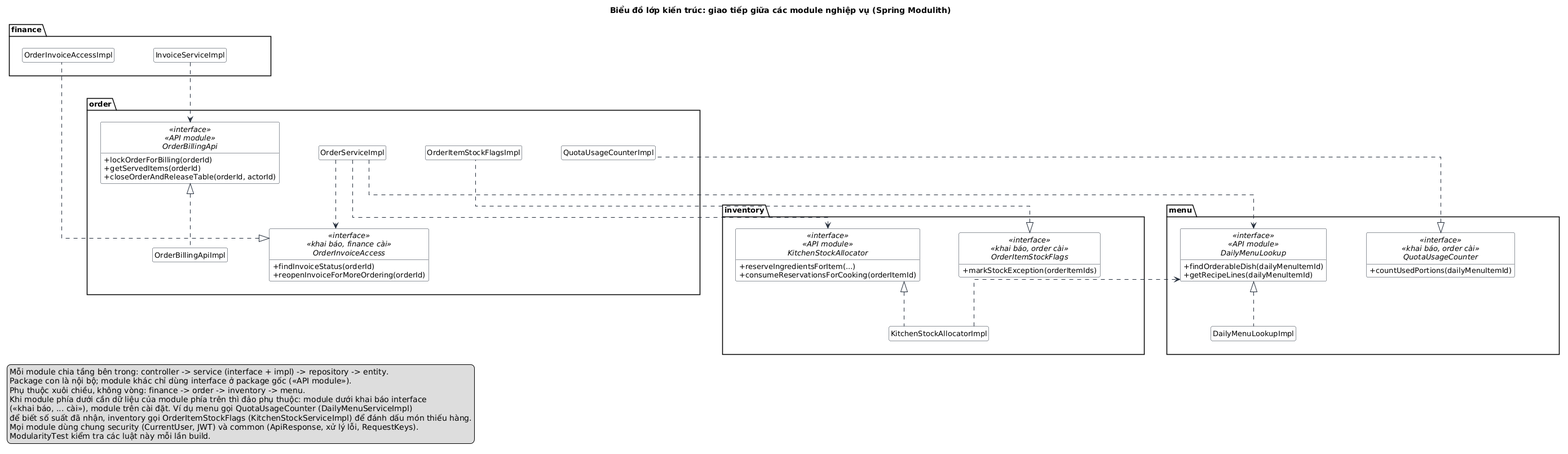
Before: docs/bao-cao-ltnc/uml/class-kien-truc.png, a diagram exported from PlantUML (Anpham120/restaurant-management-system).
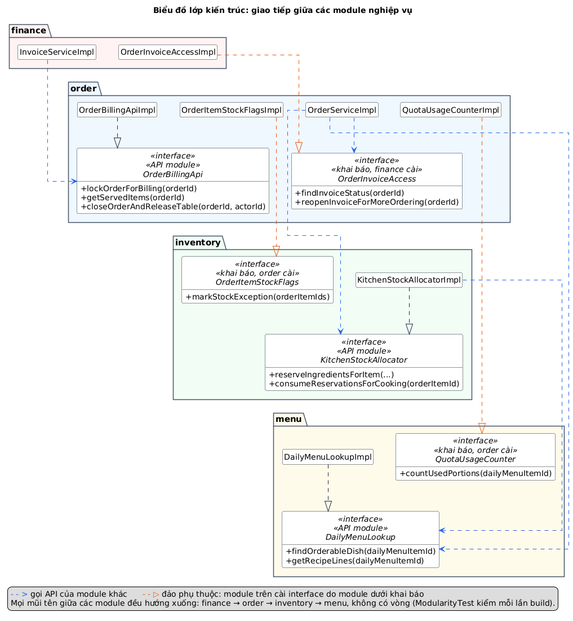
After the change.

Diff of the diagram source:
```diff
@@ -3,73 +3,82 @@
 skinparam style strictuml
 hide empty members
 skinparam linetype ortho
-skinparam nodesep 70
-skinparam ranksep 80
-title Biểu đồ lớp kiến trúc: giao tiếp giữa các module nghiệp vụ (Spring Modulith)
+skinparam nodesep 40
+skinparam ranksep 55
+skinparam defaultFontSize 14
+skinparam package {
+  BorderColor #475569
+  FontStyle bold
+  FontSize 15
+}
+title Biểu đồ lớp kiến trúc: giao tiếp giữa các module nghiệp vụ
 
-package "finance" as finance {
+package "finance" as finance #FEF2F2 {
   class InvoiceServiceImpl
   class OrderInvoiceAccessImpl
 }
-package "order" as order {
+
+package "order" as order #EFF6FF {
   interface OrderBillingApi <<interface>> <<API module>> {
     + lockOrderForBilling(orderId)
     + getServedItems(orderId)
     + closeOrderAndReleaseTable(orderId, actorId)
   }
-  class OrderBillingApiImpl
   interface OrderInvoiceAccess <<interface>> <<khai báo, finance cài>> {
     + findInvoiceStatus(orderId)
     + reopenInvoiceForMoreOrdering(orderId)
   }
+  class OrderBillingApiImpl
   class OrderServiceImpl
   class OrderItemStockFlagsImpl
   class QuotaUsageCounterImpl
 }
-package "inventory" as inventory {
+
+package "inventory" as inventory #F0FDF4 {
   interface KitchenStockAllocator <<interface>> <<API module>> {
     + reserveIngredientsForItem(...)
     + consumeReservationsForCooking(orderItemId)
   }
-  class KitchenStockAllocatorImpl
   interface OrderItemStockFlags <<interface>> <<khai báo, order cài>> {
     + markStockException(orderItemIds)
   }
+  class KitchenStockAllocatorImpl
 }
-package "menu" as menu {
+
+package "menu" as menu #FFFBEB {
   interface DailyMenuLookup <<interface>> <<API module>> {
     + findOrderableDish(dailyMenuItemId)
     + getRecipeLines(dailyMenuItemId)
   }
-  class DailyMenuLookupImpl
   interface QuotaUsageCounter <<interface>> <<khai báo, order cài>> {
     + countUsedPortions(dailyMenuItemId)
   }
+  class DailyMenuLookupImpl
 }
-finance -[hidden]down- order
-order -[hidden]down- inventory
-inventory -[hidden]right- menu
 
-InvoiceServiceImpl ..> OrderBillingApi
-OrderServiceImpl ..> OrderInvoiceAccess
-OrderServiceImpl ..> KitchenStockAllocator
-OrderServiceImpl ..> DailyMenuLookup
-KitchenStockAllocatorImpl ..> DailyMenuLookup
-OrderBillingApi <|.. OrderBillingApiImpl
-OrderInvoiceAccess <|.. OrderInvoiceAccessImpl
-KitchenStockAllocator <|.. KitchenStockAllocatorImpl
-OrderItemStockFlags <|.. OrderItemStockFlagsImpl
-DailyMenuLookup <|.. DailyMenuLookupImpl
-QuotaUsageCounter <|.. QuotaUsageCounterImpl
+InvoiceServiceImpl -[hidden]down- OrderBillingApiImpl
+OrderInvoiceAccessImpl -[hidden]down- OrderServiceImpl
+OrderBillingApi -[hidden]down- KitchenStockAllocator
+OrderInvoiceAccess -[hidden]down- OrderItemStockFlags
+KitchenStockAllocator -[hidden]down- DailyMenuLookupImpl
+OrderItemStockFlags -[hidden]down- DailyMenuLookupImpl
 
-legend bottom left
-  Mỗi module chia tầng bên trong: controller -> service (interface + impl) -> repository -> entity.
-  Package con là nội bộ; module khác chỉ dùng interface ở package gốc («API module»).
-  Phụ thuộc xuôi chiều, không vòng: finance -> order -> inventory -> menu.
-  Khi module phía dưới cần dữ liệu của module phía trên thì đảo phụ thuộc: module dưới khai báo interface
-  («khai báo, ... cài»), module trên cài đặt. Ví dụ menu gọi QuotaUsageCounter (DailyMenuServiceImpl)
-  để biết số suất đã nhận, inventory gọi OrderItemStockFlags (KitchenStockServiceImpl) để đánh dấu món thiếu hàng.
-  Mọi module dùng chung security (CurrentUser, JWT) và common (ApiResponse, xử lý lỗi, RequestKeys).
-  ModularityTest kiểm tra các luật này mỗi lần build.
+InvoiceServiceImpl .[#2563EB].> OrderBillingApi
+OrderServiceImpl .[#2563EB].> OrderInvoiceAccess
+OrderServiceImpl .[#2563EB].> KitchenStockAllocator
+OrderServiceImpl .[#2563EB].> DailyMenuLookup
+KitchenStockAllocatorImpl .[#2563EB].> DailyMenuLookup
+
+OrderBillingApi <|.up. OrderBillingApiImpl
+KitchenStockAllocator <|.up. KitchenStockAllocatorImpl
+DailyMenuLookup <|.up. DailyMenuLookupImpl
+
+OrderInvoiceAccessImpl .[#EA580C].|> OrderInvoiceAccess
+OrderItemStockFlagsImpl .[#EA580C].|> OrderItemStockFlags
+QuotaUsageCounterImpl .[#EA580C].|> QuotaUsageCounter
+
+legend bottom
+  <color:#2563EB>- - ></color> gọi API của module khác      <color:#EA580C>- - ▷</color> đảo phụ thuộc: module trên cài interface do module dưới khai báo
+  Mọi mũi tên giữa các module đều hướng xuống: finance → order → inventory → menu, không có vòng (ModularityTest kiểm mỗi lần build).
 endlegend
 @enduml
```
